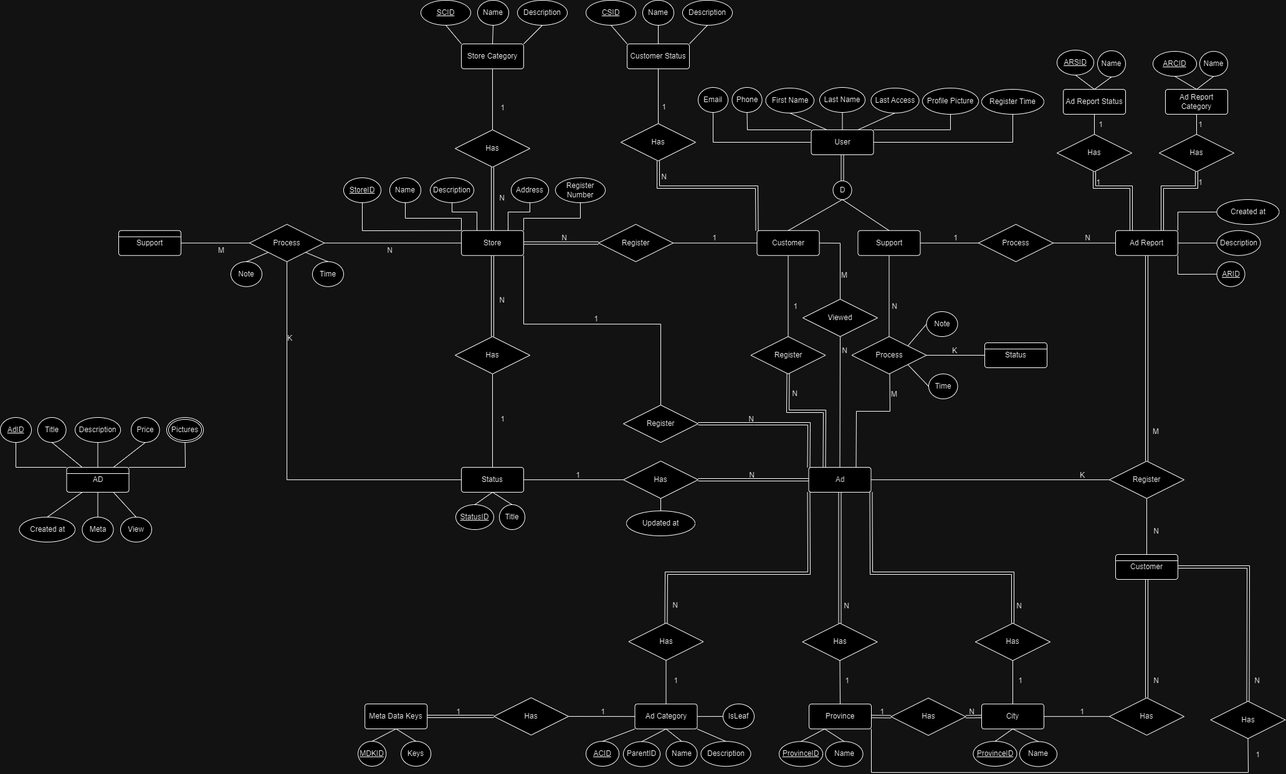
Earlier version of the draw.io export Project.drawio.png (Bozi303/ERDiagram). Source tidied: cells renumbered, new cells last; positions are measured from the earlier drawing's top-left corner, leaving out a move shared by most shapes.
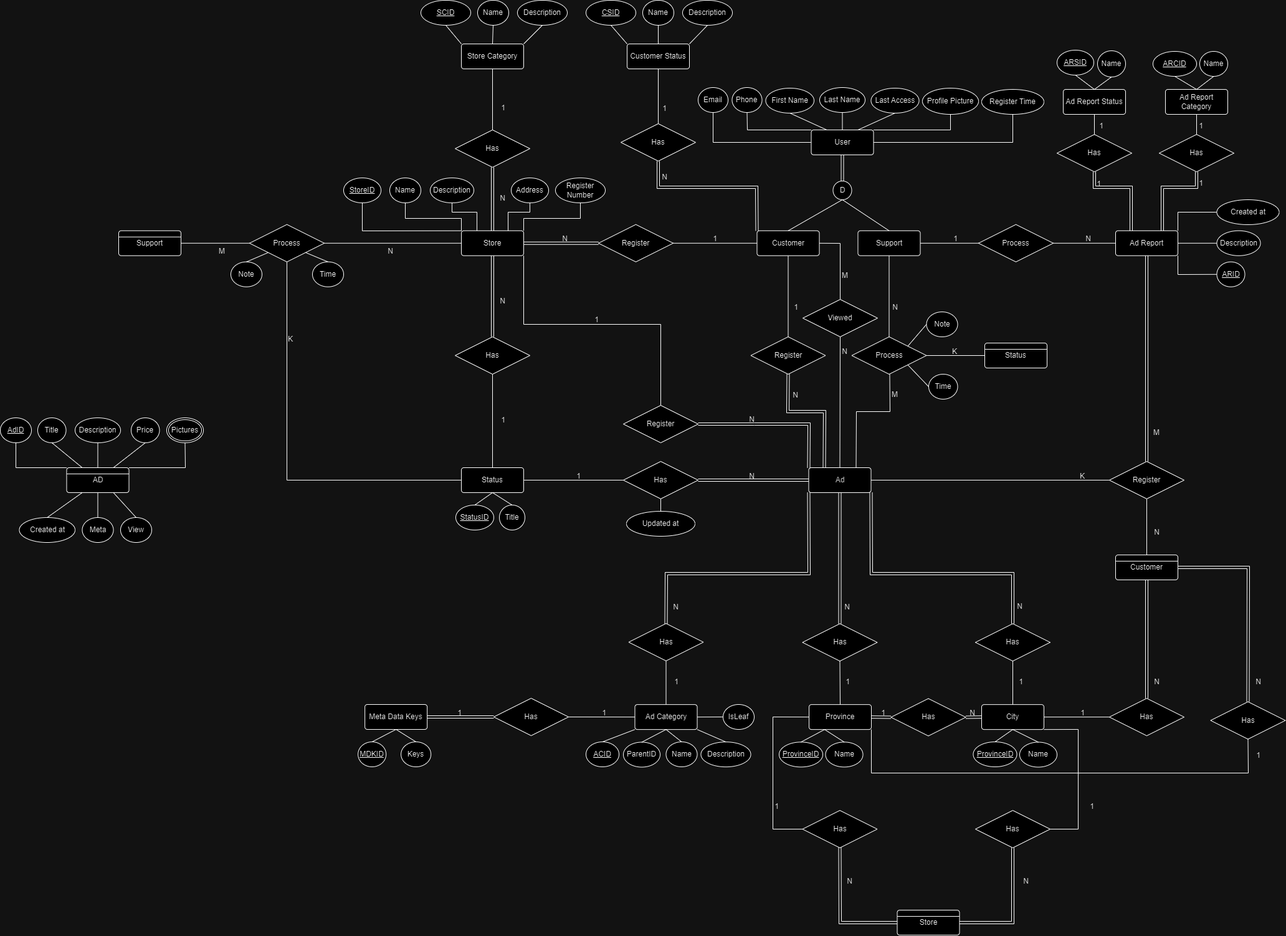
After the commit.

Commit message:
Updated Store entity Address attribute

The edit, as a diff of the source:
```diff
@@ -932,5 +932,67 @@
     <mxCell id="241" style="endArrow=none;html=1;rounded=0;exitX=1;exitY=0.5;exitDx=0;exitDy=0;entryX=0;entryY=0.5;entryDx=0;entryDy=0;" parent="1" edge="1" source="118" target="240">
       <mxGeometry relative="1" as="geometry" />
     </mxCell>
+    <mxCell id="242" value="Store" style="rounded=1;arcSize=10;whiteSpace=wrap;html=1;align=center;" parent="1" vertex="1">
+      <mxGeometry x="1439.5" y="1460" width="100" height="40" as="geometry" />
+    </mxCell>
+    <mxCell id="243" style="endArrow=none;html=1;rounded=0;exitX=0;exitY=0.25;exitDx=0;exitDy=0;entryX=1;entryY=0.25;entryDx=0;entryDy=0;" parent="1" edge="1" source="242" target="242">
+      <mxGeometry relative="1" as="geometry" />
+    </mxCell>
+    <mxCell id="244" value="Has" style="shape=rhombus;perimeter=rhombusPerimeter;whiteSpace=wrap;html=1;align=center;" parent="1" vertex="1">
+      <mxGeometry x="1287.5" y="1300" width="120" height="60" as="geometry" />
+    </mxCell>
+    <mxCell id="245" value="Has" style="shape=rhombus;perimeter=rhombusPerimeter;whiteSpace=wrap;html=1;align=center;" parent="1" vertex="1">
+      <mxGeometry x="1565" y="1300" width="120" height="60" as="geometry" />
+    </mxCell>
+    <mxCell id="246" style="shape=link;html=1;rounded=0;exitX=1;exitY=0.5;exitDx=0;exitDy=0;entryX=0.5;entryY=1;entryDx=0;entryDy=0;" parent="1" edge="1" source="242" target="245">
+      <mxGeometry relative="1" as="geometry">
+        <Array as="points">
+          <mxPoint x="1625" y="1480" />
+        </Array>
+      </mxGeometry>
+    </mxCell>
+    <mxCell id="247" value="N" style="html=1;whiteSpace=wrap;align=right;verticalAlign=bottom;" parent="246" vertex="1">
+      <mxGeometry x="1" relative="1" as="geometry">
+        <mxPoint x="25" y="60" as="offset" />
+      </mxGeometry>
+    </mxCell>
+    <mxCell id="248" style="shape=link;html=1;rounded=0;exitX=0.5;exitY=1;exitDx=0;exitDy=0;entryX=0;entryY=0.5;entryDx=0;entryDy=0;" parent="1" edge="1" source="244" target="242">
+      <mxGeometry relative="1" as="geometry">
+        <Array as="points">
+          <mxPoint x="1348" y="1480" />
+        </Array>
+      </mxGeometry>
+    </mxCell>
+    <mxCell id="249" value="N" style="html=1;whiteSpace=wrap;align=right;verticalAlign=bottom;" parent="248" vertex="1">
+      <mxGeometry x="1" relative="1" as="geometry">
+        <mxPoint x="-73" y="-60" as="offset" />
+      </mxGeometry>
+    </mxCell>
+    <mxCell id="250" style="endArrow=none;html=1;rounded=0;entryX=1;entryY=1;entryDx=0;entryDy=0;exitX=1;exitY=0.5;exitDx=0;exitDy=0;" parent="1" edge="1" source="245" target="109">
+      <mxGeometry relative="1" as="geometry">
+        <Array as="points">
+          <mxPoint x="1730" y="1330" />
+          <mxPoint x="1730" y="1170" />
+        </Array>
+      </mxGeometry>
+    </mxCell>
+    <mxCell id="251" value="1" style="html=1;whiteSpace=wrap;align=right;verticalAlign=bottom;" parent="250" vertex="1">
+      <mxGeometry x="1" relative="1" as="geometry">
+        <mxPoint x="80" y="130" as="offset" />
+      </mxGeometry>
+    </mxCell>
+    <mxCell id="252" style="endArrow=none;html=1;rounded=0;exitX=0;exitY=0.5;exitDx=0;exitDy=0;entryX=0;entryY=0.5;entryDx=0;entryDy=0;" parent="1" edge="1" source="244" target="108">
+      <mxGeometry relative="1" as="geometry">
+        <Array as="points">
+          <mxPoint x="1240" y="1330" />
+          <mxPoint x="1240" y="1150" />
+        </Array>
+      </mxGeometry>
+    </mxCell>
+    <mxCell id="253" value="1" style="html=1;whiteSpace=wrap;align=right;verticalAlign=bottom;" parent="252" vertex="1">
+      <mxGeometry x="1" relative="1" as="geometry">
+        <mxPoint x="-48" y="150" as="offset" />
+      </mxGeometry>
+    </mxCell>
   </root>
 </mxGraphModel>
```
